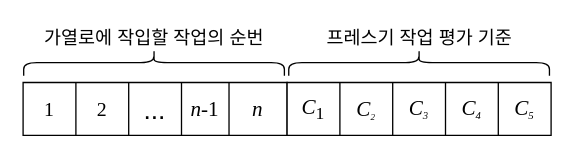
The draw.io diagram 새새새새샛새새해.drawio in seheeP/statistic, before the edit. Source tidied: cells renumbered, new cells numbered last; positions are measured from the earlier drawing's top-left corner, leaving out a move shared by most shapes. Both pictures are drawn from the tidied source at 132%, with x=0, y=0 at pixel (21, -69).
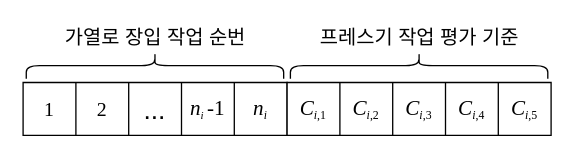
The same page after the edit.

Commit message (it also covers changes not shown here):
Update 새새새새샛새새해.drawio

What changed in the source:
```diff
@@
 <mxGraphModel>
   <root>
     <mxCell id="0" />
     <mxCell id="1" parent="0" />
     <mxCell id="2" style="shape=table;html=1;whiteSpace=wrap;startSize=0;childLayout=tableLayout;rounded=1;sketch=0;fontSize=16;" parent="1" vertex="1">
       <mxGeometry x="1" y="114" width="200" height="40" as="geometry" />
     </mxCell>
     <mxCell id="3" style="shape=partialRectangle;html=1;whiteSpace=wrap;fillColor=none;top=0;left=0;bottom=0;right=0;" parent="2" vertex="1">
       <mxGeometry width="200" height="40" as="geometry" />
     </mxCell>
     <mxCell id="4" value="&lt;font style=&quot;font-size: 15px&quot; face=&quot;Times New Roman&quot;&gt;1&lt;/font&gt;" style="shape=partialRectangle;html=1;whiteSpace=wrap;fillColor=none;top=0;left=0;bottom=0;right=0;overflow=hidden;" parent="3" vertex="1">
       <mxGeometry width="40" height="40" as="geometry" />
     </mxCell>
     <mxCell id="5" value="&lt;font size=&quot;1&quot; face=&quot;Times New Roman&quot;&gt;&lt;span style=&quot;font-weight: normal ; font-size: 15px&quot;&gt;2&lt;/span&gt;&lt;/font&gt;" style="shape=partialRectangle;html=1;whiteSpace=wrap;fillColor=none;top=0;left=0;bottom=0;right=0;overflow=hidden;fontStyle=1;" parent="3" vertex="1">
       <mxGeometry x="40" width="40" height="40" as="geometry" />
     </mxCell>
     <mxCell id="6" value="&lt;font style=&quot;font-size: 20px&quot;&gt;...&lt;/font&gt;" style="shape=partialRectangle;html=1;whiteSpace=wrap;fillColor=none;top=0;left=0;bottom=0;right=0;overflow=hidden;" parent="3" vertex="1">
       <mxGeometry x="80" width="40" height="40" as="geometry" />
     </mxCell>
-    <mxCell id="7" value="&lt;font face=&quot;Times New Roman&quot; style=&quot;font-size: 16px&quot;&gt;&lt;span&gt;&lt;i&gt;n-&lt;/i&gt;1&lt;/span&gt;&lt;/font&gt;" style="shape=partialRectangle;html=1;whiteSpace=wrap;fillColor=none;top=0;left=0;bottom=0;right=0;overflow=hidden;" parent="3" vertex="1">
-      <mxGeometry x="120" width="36" height="40" as="geometry" />
+    <mxCell id="7" value="&lt;font face=&quot;Times New Roman&quot;&gt;&lt;span style=&quot;font-style: italic ; font-size: 16px&quot;&gt;n&lt;/span&gt;&lt;span style=&quot;font-style: italic&quot;&gt;&lt;font size=&quot;1&quot;&gt;&lt;sub&gt;i&lt;/sub&gt;&lt;/font&gt;&lt;/span&gt;&lt;sub&gt;&amp;nbsp;&lt;/sub&gt;&lt;span style=&quot;font-size: 16px&quot;&gt;-1&lt;/span&gt;&lt;/font&gt;" style="shape=partialRectangle;html=1;whiteSpace=wrap;fillColor=none;top=0;left=0;bottom=0;right=0;overflow=hidden;" parent="3" vertex="1">
+      <mxGeometry x="120" width="40" height="40" as="geometry" />
     </mxCell>
-    <mxCell id="8" value="&lt;font style=&quot;font-size: 16px&quot; face=&quot;Times New Roman&quot;&gt;&lt;i&gt;n&lt;/i&gt;&lt;/font&gt;" style="shape=partialRectangle;html=1;whiteSpace=wrap;fillColor=none;top=0;left=0;bottom=0;right=0;overflow=hidden;" parent="3" vertex="1">
-      <mxGeometry x="156" width="44" height="40" as="geometry" />
+    <mxCell id="8" value="&lt;font face=&quot;Times New Roman&quot;&gt;&lt;i style=&quot;font-size: 16px&quot;&gt;n&lt;/i&gt;&lt;sub&gt;&lt;font style=&quot;font-size: 9px&quot;&gt;&lt;i&gt;i&lt;/i&gt;&lt;/font&gt;&lt;/sub&gt;&lt;/font&gt;" style="shape=partialRectangle;html=1;whiteSpace=wrap;fillColor=none;top=0;left=0;bottom=0;right=0;overflow=hidden;" parent="3" vertex="1">
+      <mxGeometry x="160" width="40" height="40" as="geometry" />
     </mxCell>
-    <mxCell id="9" style="shape=table;html=1;whiteSpace=wrap;startSize=0;childLayout=tableLayout;rounded=1;sketch=0;fontSize=16;" parent="1" vertex="1">
-      <mxGeometry x="201" y="114" width="200" height="40" as="geometry" />
-    </mxCell>
-    <mxCell id="10" style="shape=partialRectangle;html=1;whiteSpace=wrap;fillColor=none;top=0;left=0;bottom=0;right=0;fontFamily=Times New Roman;" parent="9" vertex="1">
-      <mxGeometry width="200" height="40" as="geometry" />
-    </mxCell>
-    <mxCell id="11" value="&lt;font face=&quot;Times New Roman&quot; style=&quot;font-size: 16px&quot;&gt;&lt;i&gt;C&lt;/i&gt;&lt;sub&gt;1&lt;/sub&gt;&lt;/font&gt;" style="shape=partialRectangle;html=1;whiteSpace=wrap;fillColor=none;top=0;left=0;bottom=0;right=0;overflow=hidden;" parent="10" vertex="1">
-      <mxGeometry width="40" height="40" as="geometry" />
-    </mxCell>
-    <mxCell id="12" value="&lt;i style=&quot;font-family: &amp;#34;times new roman&amp;#34; ; font-size: 16px ; font-weight: 400&quot;&gt;C&lt;/i&gt;&lt;i style=&quot;font-family: &amp;#34;times new roman&amp;#34; ; font-weight: 400 ; font-size: 8.33333px&quot;&gt;&lt;sub&gt;2&lt;/sub&gt;&lt;/i&gt;" style="shape=partialRectangle;html=1;whiteSpace=wrap;fillColor=none;top=0;left=0;bottom=0;right=0;overflow=hidden;fontStyle=1;" parent="10" vertex="1">
-      <mxGeometry x="40" width="40" height="40" as="geometry" />
-    </mxCell>
-    <mxCell id="13" value="&lt;i style=&quot;font-family: &amp;#34;times new roman&amp;#34; ; font-size: 16px&quot;&gt;C&lt;/i&gt;&lt;i style=&quot;font-family: &amp;#34;times new roman&amp;#34; ; font-size: 10px&quot;&gt;&lt;sub&gt;3&lt;/sub&gt;&lt;/i&gt;" style="shape=partialRectangle;html=1;whiteSpace=wrap;fillColor=none;top=0;left=0;bottom=0;right=0;overflow=hidden;" parent="10" vertex="1">
-      <mxGeometry x="80" width="40" height="40" as="geometry" />
-    </mxCell>
-    <mxCell id="14" value="&lt;i style=&quot;font-family: &amp;#34;times new roman&amp;#34; ; font-size: 16px&quot;&gt;C&lt;/i&gt;&lt;i style=&quot;font-family: &amp;#34;times new roman&amp;#34; ; font-size: 10px&quot;&gt;&lt;sub&gt;4&lt;/sub&gt;&lt;/i&gt;" style="shape=partialRectangle;html=1;whiteSpace=wrap;fillColor=none;top=0;left=0;bottom=0;right=0;overflow=hidden;" parent="10" vertex="1">
-      <mxGeometry x="120" width="40" height="40" as="geometry" />
-    </mxCell>
-    <mxCell id="15" value="&lt;i style=&quot;font-family: &amp;#34;times new roman&amp;#34; ; font-size: 16px&quot;&gt;C&lt;/i&gt;&lt;i style=&quot;font-family: &amp;#34;times new roman&amp;#34; ; font-size: 10px&quot;&gt;&lt;sub&gt;5&lt;/sub&gt;&lt;/i&gt;" style="shape=partialRectangle;html=1;whiteSpace=wrap;fillColor=none;top=0;left=0;bottom=0;right=0;overflow=hidden;" parent="10" vertex="1">
-      <mxGeometry x="160" width="40" height="40" as="geometry" />
-    </mxCell>
-    <mxCell id="16" style="shape=curlyBracket;whiteSpace=wrap;html=1;rounded=1;flipH=1;fontFamily=Times New Roman;fontSize=16;rotation=-90;" parent="1" vertex="1">
-      <mxGeometry x="90.2" y="0.2" width="20" height="197.5" as="geometry" />
-    </mxCell>
     <mxCell id="17" style="shape=curlyBracket;whiteSpace=wrap;html=1;rounded=1;flipH=1;fontFamily=Times New Roman;fontSize=16;rotation=-90;" parent="1" vertex="1">
-      <mxGeometry x="291" y="0.2" width="20" height="197.5" as="geometry" />
+      <mxGeometry x="291" y="3.7" width="20" height="195" as="geometry" />
     </mxCell>
-    <mxCell id="18" value="&lt;font style=&quot;background-color: rgb(255 , 255 , 255)&quot;&gt;&lt;font style=&quot;font-size: 14px&quot;&gt;가열로에 작입할 작업의 순번&lt;/font&gt;&lt;br&gt;&lt;/font&gt;" style="text;html=1;align=center;verticalAlign=middle;strokeColor=none;fillColor=none;fontSize=15;" parent="1" vertex="1">
-      <mxGeometry x="0.2" y="69" width="200" height="20" as="geometry" />
+    <mxCell id="18" value="&lt;font&gt;&lt;font style=&quot;background-color: rgb(255 , 255 , 255) ; font-size: 15px&quot;&gt;가열로 장입 작업 순번&lt;/font&gt;&lt;br&gt;&lt;/font&gt;" style="text;html=1;align=center;verticalAlign=middle;strokeColor=none;fillColor=none;fontSize=15;" parent="1" vertex="1">
+      <mxGeometry x="20.9" y="69" width="160" height="20" as="geometry" />
     </mxCell>
-    <mxCell id="19" value="&lt;font style=&quot;background-color: rgb(255 , 255 , 255)&quot;&gt;&lt;font style=&quot;font-size: 14px&quot;&gt;프레스기 작업 평가 기준&lt;/font&gt;&lt;br&gt;&lt;/font&gt;" style="text;html=1;align=center;verticalAlign=middle;strokeColor=none;fillColor=none;fontSize=15;" parent="1" vertex="1">
-      <mxGeometry x="216" y="69" width="170" height="20" as="geometry" />
+    <mxCell id="19" value="&lt;font&gt;&lt;font style=&quot;background-color: rgb(255 , 255 , 255) ; font-size: 15px&quot;&gt;프레스기 작업 평가 기준&lt;/font&gt;&lt;br&gt;&lt;/font&gt;" style="text;html=1;align=center;verticalAlign=middle;strokeColor=none;fillColor=none;fontSize=15;" parent="1" vertex="1">
+      <mxGeometry x="211" y="69" width="180" height="20" as="geometry" />
     </mxCell>
+    <mxCell id="9" style="shape=table;html=1;whiteSpace=wrap;startSize=0;childLayout=tableLayout;rounded=1;sketch=0;fontSize=16;" parent="1" vertex="1">
+      <mxGeometry x="201" y="114" width="200" height="40" as="geometry" />
+    </mxCell>
+    <mxCell id="10" style="shape=partialRectangle;html=1;whiteSpace=wrap;fillColor=none;top=0;left=0;bottom=0;right=0;fontFamily=Times New Roman;" parent="9" vertex="1">
+      <mxGeometry width="200" height="40" as="geometry" />
+    </mxCell>
+    <mxCell id="20" value="&lt;font face=&quot;Times New Roman&quot;&gt;&lt;i style=&quot;font-size: 16px&quot;&gt;C&lt;/i&gt;&lt;sub&gt;&lt;font style=&quot;font-size: 9px&quot;&gt;&lt;i&gt;i&lt;/i&gt;&lt;/font&gt;&lt;/sub&gt;&lt;sub&gt;&lt;font style=&quot;font-size: 9px&quot;&gt;,1&lt;/font&gt;&lt;/sub&gt;&lt;/font&gt;" style="shape=partialRectangle;html=1;whiteSpace=wrap;fillColor=none;top=0;left=0;bottom=0;right=0;overflow=hidden;" parent="10" vertex="1">
+      <mxGeometry width="40" height="40" as="geometry" />
+    </mxCell>
+    <mxCell id="21" value="&lt;i style=&quot;font-family: &amp;#34;times new roman&amp;#34; ; font-weight: 400 ; font-size: 16px&quot;&gt;C&lt;/i&gt;&lt;sub style=&quot;font-family: &amp;#34;times new roman&amp;#34; ; font-weight: 400&quot;&gt;&lt;font style=&quot;font-size: 9px&quot;&gt;&lt;i&gt;i&lt;/i&gt;,2&lt;/font&gt;&lt;/sub&gt;" style="shape=partialRectangle;html=1;whiteSpace=wrap;fillColor=none;top=0;left=0;bottom=0;right=0;overflow=hidden;fontStyle=1;" parent="10" vertex="1">
+      <mxGeometry x="40" width="40" height="40" as="geometry" />
+    </mxCell>
+    <mxCell id="22" value="&lt;i style=&quot;font-family: &amp;#34;times new roman&amp;#34; ; font-size: 16px&quot;&gt;C&lt;/i&gt;&lt;sub style=&quot;font-family: &amp;#34;times new roman&amp;#34;&quot;&gt;&lt;font style=&quot;font-size: 9px&quot;&gt;&lt;i&gt;i&lt;/i&gt;,3&lt;/font&gt;&lt;/sub&gt;" style="shape=partialRectangle;html=1;whiteSpace=wrap;fillColor=none;top=0;left=0;bottom=0;right=0;overflow=hidden;" parent="10" vertex="1">
+      <mxGeometry x="80" width="40" height="40" as="geometry" />
+    </mxCell>
+    <mxCell id="23" value="&lt;i style=&quot;font-family: &amp;#34;times new roman&amp;#34; ; font-size: 16px&quot;&gt;C&lt;/i&gt;&lt;sub style=&quot;font-family: &amp;#34;times new roman&amp;#34;&quot;&gt;&lt;font style=&quot;font-size: 9px&quot;&gt;&lt;i&gt;i&lt;/i&gt;,4&lt;/font&gt;&lt;/sub&gt;" style="shape=partialRectangle;html=1;whiteSpace=wrap;fillColor=none;top=0;left=0;bottom=0;right=0;overflow=hidden;" parent="10" vertex="1">
+      <mxGeometry x="120" width="40" height="40" as="geometry" />
+    </mxCell>
+    <mxCell id="24" value="&lt;i style=&quot;font-family: &amp;#34;times new roman&amp;#34; ; font-size: 16px&quot;&gt;C&lt;/i&gt;&lt;sub style=&quot;font-family: &amp;#34;times new roman&amp;#34;&quot;&gt;&lt;font style=&quot;font-size: 9px&quot;&gt;&lt;i&gt;i&lt;/i&gt;,5&lt;/font&gt;&lt;/sub&gt;" style="shape=partialRectangle;html=1;whiteSpace=wrap;fillColor=none;top=0;left=0;bottom=0;right=0;overflow=hidden;" parent="10" vertex="1">
+      <mxGeometry x="160" width="40" height="40" as="geometry" />
+    </mxCell>
+    <mxCell id="25" style="shape=curlyBracket;whiteSpace=wrap;html=1;rounded=1;flipH=1;fontFamily=Times New Roman;fontSize=16;rotation=-90;" parent="1" vertex="1">
+      <mxGeometry x="90.9" y="3.7" width="20" height="195" as="geometry" />
+    </mxCell>
   </root>
 </mxGraphModel>
```
